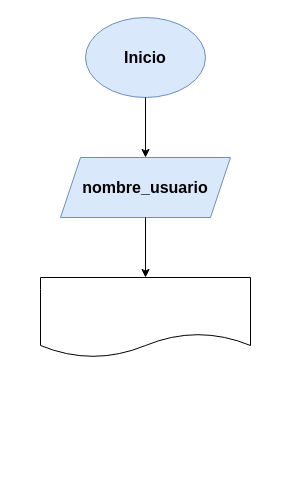
EdgarMedranoA/Ejemplo-Bedu keeps this draw.io diagram as page "Página-1" (1 of 2) of Diagrama sin título.drawio. Above is the earlier version. Source tidied: cells renumbered, new cells numbered last; positions are measured from the earlier drawing's top-left corner, leaving out a move shared by most shapes. Both pictures are drawn from the tidied source at 100%, with x=0, y=0 at pixel (40, 17).
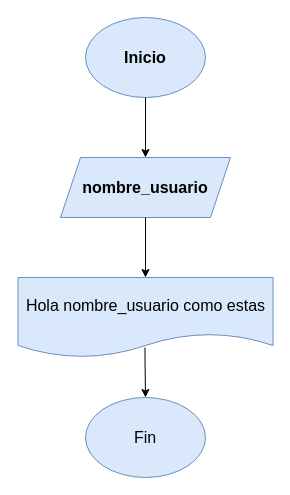
After the change.

Diff of the diagram source:
```diff
@@
 <mxGraphModel>
   <root>
     <mxCell id="0" />
     <mxCell id="1" parent="0" />
     <mxCell id="2" value="&lt;b&gt;&lt;font style=&quot;font-size: 16px;&quot;&gt;Inicio&lt;/font&gt;&lt;/b&gt;" style="ellipse;whiteSpace=wrap;html=1;fillColor=#dae8fc;strokeColor=#6c8ebf;" parent="1" vertex="1">
       <mxGeometry x="45" width="120" height="80" as="geometry" />
     </mxCell>
     <mxCell id="3" style="endArrow=classic;html=1;rounded=0;fontSize=16;exitX=0.5;exitY=1;exitDx=0;exitDy=0;" parent="1" edge="1" source="2">
       <mxGeometry relative="1" as="geometry">
         <mxPoint x="105" y="140" as="targetPoint" />
       </mxGeometry>
     </mxCell>
     <mxCell id="4" value="&lt;b&gt;nombre_usuario&lt;/b&gt;" style="shape=parallelogram;perimeter=parallelogramPerimeter;whiteSpace=wrap;html=1;fixedSize=1;fontSize=16;fillColor=#dae8fc;strokeColor=#6c8ebf;" parent="1" vertex="1">
       <mxGeometry x="20" y="140" width="170" height="60" as="geometry" />
     </mxCell>
     <mxCell id="5" style="endArrow=classic;html=1;rounded=0;fontSize=16;exitX=0.5;exitY=1;exitDx=0;exitDy=0;" parent="1" edge="1" source="4">
       <mxGeometry relative="1" as="geometry">
         <mxPoint x="105" y="260" as="targetPoint" />
       </mxGeometry>
     </mxCell>
-    <mxCell id="6" style="shape=document;whiteSpace=wrap;html=1;boundedLbl=1;fontSize=16;" parent="1" vertex="1">
-      <mxGeometry y="260" width="210" height="80" as="geometry" />
+    <mxCell id="6" value="Hola nombre_usuario como estas" style="shape=document;whiteSpace=wrap;html=1;boundedLbl=1;fontSize=16;fillColor=#dae8fc;strokeColor=#6c8ebf;" parent="1" vertex="1">
+      <mxGeometry x="-22.5" y="260" width="255" height="80" as="geometry" />
     </mxCell>
+    <mxCell id="7" style="endArrow=classic;html=1;rounded=0;fontSize=16;" parent="1" edge="1">
+      <mxGeometry relative="1" as="geometry">
+        <mxPoint x="104.5" y="330" as="sourcePoint" />
+        <mxPoint x="105" y="380" as="targetPoint" />
+        <Array as="points">
+          <mxPoint x="104.5" y="340" />
+        </Array>
+      </mxGeometry>
+    </mxCell>
+    <mxCell id="8" value="Fin" style="ellipse;whiteSpace=wrap;html=1;fontSize=16;fillColor=#dae8fc;strokeColor=#6c8ebf;" parent="1" vertex="1">
+      <mxGeometry x="45" y="380" width="120" height="80" as="geometry" />
+    </mxCell>
   </root>
 </mxGraphModel>
```
